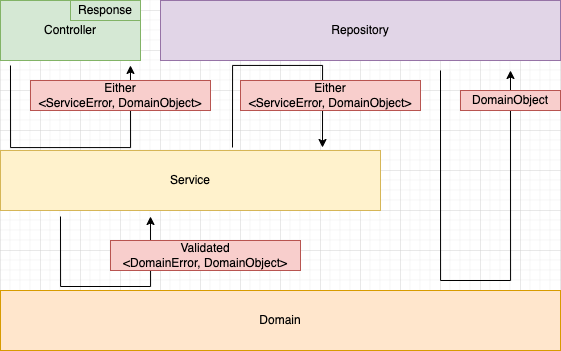
Before: docs/architecture.png, a diagram exported from draw.io (sunabak0/realworld-kotlin-springboot-jdbc). Source tidied: cells renumbered, new cells last; positions are measured from the earlier drawing's top-left corner, leaving out a move shared by most shapes.
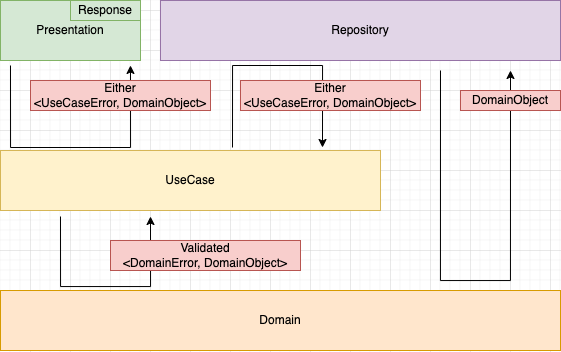
Later version of the same file.

Diff of the diagram source:
```diff
@@ -2,13 +2,13 @@
   <root>
     <mxCell id="0" />
     <mxCell id="1" parent="0" />
-    <mxCell id="2" value="Controller" style="rounded=0;whiteSpace=wrap;html=1;fillColor=#d5e8d4;strokeColor=#82b366;" parent="1" vertex="1">
+    <mxCell id="2" value="Presentation" style="rounded=0;whiteSpace=wrap;html=1;fillColor=#d5e8d4;strokeColor=#82b366;fontColor=#000000;" parent="1" vertex="1">
       <mxGeometry width="140" height="60" as="geometry" />
     </mxCell>
-    <mxCell id="3" value="Response" style="rounded=0;whiteSpace=wrap;html=1;fillColor=#d5e8d4;strokeColor=#82b366;" parent="1" vertex="1">
+    <mxCell id="3" value="Response" style="rounded=0;whiteSpace=wrap;html=1;fillColor=#d5e8d4;strokeColor=#82b366;fontColor=#000000;" parent="1" vertex="1">
       <mxGeometry x="70" width="70" height="20" as="geometry" />
     </mxCell>
-    <mxCell id="4" style="edgeStyle=orthogonalEdgeStyle;rounded=0;orthogonalLoop=1;jettySize=auto;html=1;" parent="1" edge="1">
+    <mxCell id="4" style="edgeStyle=orthogonalEdgeStyle;rounded=0;orthogonalLoop=1;jettySize=auto;html=1;fontColor=#000000;" parent="1" edge="1">
       <mxGeometry relative="1" as="geometry">
         <mxPoint x="60" y="216" as="sourcePoint" />
         <mxPoint x="150" y="216" as="targetPoint" />
@@ -19,13 +19,13 @@
         </Array>
       </mxGeometry>
     </mxCell>
-    <mxCell id="5" value="Service" style="rounded=0;whiteSpace=wrap;html=1;fillColor=#fff2cc;strokeColor=#d6b656;" parent="1" vertex="1">
+    <mxCell id="5" value="UseCase" style="rounded=0;whiteSpace=wrap;html=1;fillColor=#fff2cc;strokeColor=#d6b656;fontColor=#000000;" parent="1" vertex="1">
       <mxGeometry y="150" width="380" height="60" as="geometry" />
     </mxCell>
-    <mxCell id="6" value="Domain" style="rounded=0;whiteSpace=wrap;html=1;fillColor=#ffe6cc;strokeColor=#d79b00;" parent="1" vertex="1">
+    <mxCell id="6" value="Domain" style="rounded=0;whiteSpace=wrap;html=1;fillColor=#ffe6cc;strokeColor=#d79b00;fontColor=#000000;" parent="1" vertex="1">
       <mxGeometry y="290" width="560" height="60" as="geometry" />
     </mxCell>
-    <mxCell id="7" style="edgeStyle=orthogonalEdgeStyle;rounded=0;orthogonalLoop=1;jettySize=auto;html=1;" parent="1" edge="1">
+    <mxCell id="7" style="edgeStyle=orthogonalEdgeStyle;rounded=0;orthogonalLoop=1;jettySize=auto;html=1;fontColor=#000000;" parent="1" edge="1">
       <mxGeometry relative="1" as="geometry">
         <mxPoint x="440" y="70" as="sourcePoint" />
         <mxPoint x="510" y="70" as="targetPoint" />
@@ -35,16 +35,16 @@
         </Array>
       </mxGeometry>
     </mxCell>
-    <mxCell id="8" value="Repository" style="rounded=0;whiteSpace=wrap;html=1;fillColor=#e1d5e7;strokeColor=#9673a6;" parent="1" vertex="1">
+    <mxCell id="8" value="Repository" style="rounded=0;whiteSpace=wrap;html=1;fillColor=#e1d5e7;strokeColor=#9673a6;fontColor=#000000;" parent="1" vertex="1">
       <mxGeometry x="160" width="400" height="60" as="geometry" />
     </mxCell>
-    <mxCell id="9" value="Validated&lt;br&gt;&amp;lt;DomainError, DomainObject&amp;gt;" style="rounded=0;whiteSpace=wrap;html=1;fillColor=#f8cecc;strokeColor=#b85450;" parent="1" vertex="1">
+    <mxCell id="9" value="Validated&lt;br&gt;&amp;lt;DomainError, DomainObject&amp;gt;" style="rounded=0;whiteSpace=wrap;html=1;fillColor=#f8cecc;strokeColor=#b85450;fontColor=#000000;" parent="1" vertex="1">
       <mxGeometry x="110" y="240" width="190" height="30" as="geometry" />
     </mxCell>
-    <mxCell id="10" value="DomainObject" style="rounded=0;whiteSpace=wrap;html=1;fillColor=#f8cecc;strokeColor=#b85450;" parent="1" vertex="1">
+    <mxCell id="10" value="DomainObject" style="rounded=0;whiteSpace=wrap;html=1;fillColor=#f8cecc;strokeColor=#b85450;fontColor=#000000;" parent="1" vertex="1">
       <mxGeometry x="460" y="90" width="100" height="20" as="geometry" />
     </mxCell>
-    <mxCell id="11" style="edgeStyle=orthogonalEdgeStyle;rounded=0;orthogonalLoop=1;jettySize=auto;html=1;" parent="1" edge="1">
+    <mxCell id="11" style="edgeStyle=orthogonalEdgeStyle;rounded=0;orthogonalLoop=1;jettySize=auto;html=1;fontColor=#000000;" parent="1" edge="1">
       <mxGeometry relative="1" as="geometry">
         <mxPoint x="232" y="147" as="sourcePoint" />
         <mxPoint x="322" y="147" as="targetPoint" />
@@ -54,7 +54,7 @@
         </Array>
       </mxGeometry>
     </mxCell>
-    <mxCell id="12" style="edgeStyle=orthogonalEdgeStyle;rounded=0;orthogonalLoop=1;jettySize=auto;html=1;" parent="1" edge="1">
+    <mxCell id="12" style="edgeStyle=orthogonalEdgeStyle;rounded=0;orthogonalLoop=1;jettySize=auto;html=1;fontColor=#000000;" parent="1" edge="1">
       <mxGeometry relative="1" as="geometry">
         <mxPoint x="10" y="65" as="sourcePoint" />
         <mxPoint x="130" y="65" as="targetPoint" />
@@ -65,10 +65,10 @@
         </Array>
       </mxGeometry>
     </mxCell>
-    <mxCell id="13" value="Either&lt;br&gt;&amp;lt;ServiceError, DomainObject&amp;gt;" style="rounded=0;whiteSpace=wrap;html=1;fillColor=#f8cecc;strokeColor=#b85450;" parent="1" vertex="1">
+    <mxCell id="13" value="Either&lt;br&gt;&amp;lt;UseCaseError, DomainObject&amp;gt;" style="rounded=0;whiteSpace=wrap;html=1;fillColor=#f8cecc;strokeColor=#b85450;fontColor=#000000;" parent="1" vertex="1">
       <mxGeometry x="30" y="80" width="180" height="30" as="geometry" />
     </mxCell>
-    <mxCell id="14" value="Either&lt;br&gt;&amp;lt;ServiceError, DomainObject&amp;gt;" style="rounded=0;whiteSpace=wrap;html=1;fillColor=#f8cecc;strokeColor=#b85450;" parent="1" vertex="1">
+    <mxCell id="14" value="Either&lt;br&gt;&amp;lt;UseCaseError, DomainObject&amp;gt;" style="rounded=0;whiteSpace=wrap;html=1;fillColor=#f8cecc;strokeColor=#b85450;fontColor=#000000;" parent="1" vertex="1">
       <mxGeometry x="240" y="80" width="180" height="30" as="geometry" />
     </mxCell>
   </root>
```
